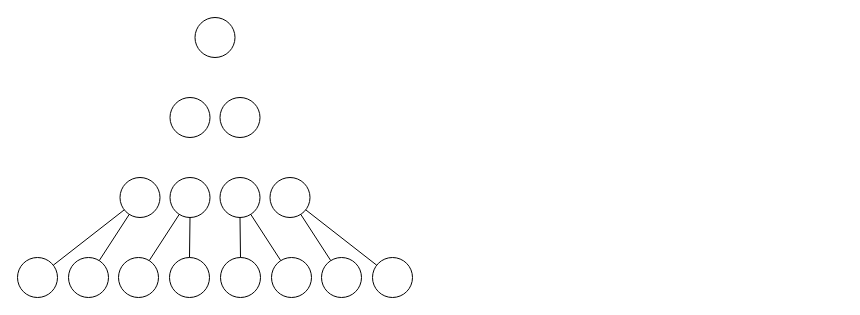
Above: data_structures/bst_v_cbt.drawio in lgreco/images (draw.io), before the change. Source tidied: cells renumbered, new cells numbered last; positions are measured from the earlier drawing's top-left corner, leaving out a move shared by most shapes. Both pictures are drawn from the tidied source at 100%, with x=0, y=0 at pixel (17, 17).
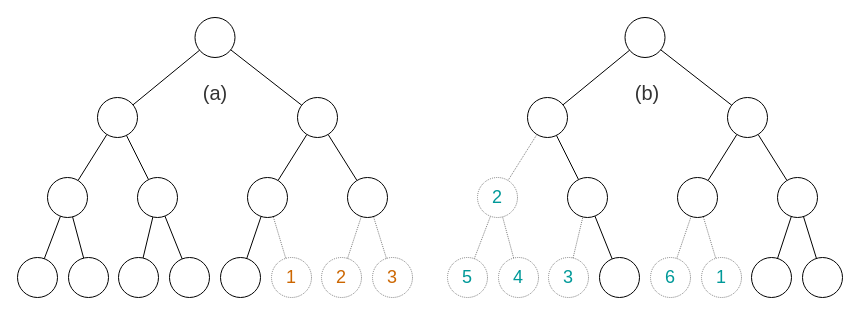
After the change.

The change refers to these unchanged cells:
```xml
<mxCell id="2" style="ellipse;whiteSpace=wrap;html=1;" parent="1" vertex="1">
  <mxGeometry x="177.5" width="40" height="40" as="geometry" />
</mxCell>
<mxCell id="3" style="group;" parent="1" vertex="1">
  <mxGeometry y="240" width="395" height="40" as="geometry" />
</mxCell>
```

Change to the diagram source:
```diff
@@
-    <mxCell id="9" style="ellipse;whiteSpace=wrap;html=1;" parent="3" vertex="1">
+    <mxCell id="9" value="1" style="ellipse;whiteSpace=wrap;html=1;dashed=1;dashPattern=1 1;strokeColor=#808080;fontSize=18;fontColor=#CC6600;" parent="3" vertex="1">
       <mxGeometry x="254" width="40" height="40" as="geometry" />
     </mxCell>
-    <mxCell id="10" style="ellipse;whiteSpace=wrap;html=1;" parent="3" vertex="1">
+    <mxCell id="10" value="2" style="ellipse;whiteSpace=wrap;html=1;dashed=1;dashPattern=1 1;strokeColor=#808080;fontSize=18;fontColor=#CC6600;" parent="3" vertex="1">
       <mxGeometry x="304" width="40" height="40" as="geometry" />
     </mxCell>
-    <mxCell id="11" style="ellipse;whiteSpace=wrap;html=1;" parent="3" vertex="1">
+    <mxCell id="11" value="3" style="ellipse;whiteSpace=wrap;html=1;dashed=1;dashPattern=1 1;strokeColor=#808080;fontSize=18;fontColor=#CC6600;" parent="3" vertex="1">
       <mxGeometry x="355" width="40" height="40" as="geometry" />
     </mxCell>
-    <mxCell id="12" style="group;" parent="1" vertex="1">
-      <mxGeometry x="102.5" y="160" width="190" height="40" as="geometry" />
-    </mxCell>
-    <mxCell id="13" style="ellipse;whiteSpace=wrap;html=1;" parent="12" vertex="1">
-      <mxGeometry width="40" height="40" as="geometry" />
-    </mxCell>
-    <mxCell id="14" style="ellipse;whiteSpace=wrap;html=1;" parent="12" vertex="1">
-      <mxGeometry x="50" width="40" height="40" as="geometry" />
-    </mxCell>
-    <mxCell id="15" style="ellipse;whiteSpace=wrap;html=1;" parent="12" vertex="1">
-      <mxGeometry x="100" width="40" height="40" as="geometry" />
-    </mxCell>
-    <mxCell id="16" style="ellipse;whiteSpace=wrap;html=1;" parent="12" vertex="1">
-      <mxGeometry x="150" width="40" height="40" as="geometry" />
-    </mxCell>
-    <mxCell id="17" style="group;" parent="1" vertex="1">
-      <mxGeometry x="152.5" y="80" width="90" height="40" as="geometry" />
-    </mxCell>
-    <mxCell id="18" style="ellipse;whiteSpace=wrap;html=1;" parent="17" vertex="1">
-      <mxGeometry width="40" height="40" as="geometry" />
-    </mxCell>
-    <mxCell id="19" style="ellipse;whiteSpace=wrap;html=1;" parent="17" vertex="1">
-      <mxGeometry x="50" width="40" height="40" as="geometry" />
-    </mxCell>
@@
-    <mxCell id="21" style="endArrow=none;html=1;rounded=0;" parent="1" edge="1" source="9" target="15">
+    <mxCell id="21" style="endArrow=none;html=1;rounded=0;dashed=1;dashPattern=1 1;strokeColor=#808080;" parent="1" edge="1" source="9" target="15">
       <mxGeometry relative="1" as="geometry" />
     </mxCell>
-    <mxCell id="22" style="endArrow=none;html=1;rounded=0;" parent="1" edge="1" source="10" target="16">
+    <mxCell id="22" style="endArrow=none;html=1;rounded=0;dashed=1;dashPattern=1 1;strokeColor=#808080;" parent="1" edge="1" source="10" target="16">
       <mxGeometry relative="1" as="geometry" />
     </mxCell>
-    <mxCell id="23" style="endArrow=none;html=1;rounded=0;" parent="1" edge="1" source="11" target="16">
+    <mxCell id="23" style="endArrow=none;html=1;rounded=0;dashed=1;dashPattern=1 1;strokeColor=#808080;" parent="1" edge="1" source="11" target="16">
       <mxGeometry relative="1" as="geometry" />
     </mxCell>
@@
+    <mxCell id="28" style="endArrow=none;html=1;rounded=0;" parent="1" edge="1" source="13" target="18">
+      <mxGeometry relative="1" as="geometry" />
+    </mxCell>
+    <mxCell id="29" style="endArrow=none;html=1;rounded=0;" parent="1" edge="1" source="14" target="18">
+      <mxGeometry relative="1" as="geometry" />
+    </mxCell>
+    <mxCell id="30" style="endArrow=none;html=1;rounded=0;" parent="1" edge="1" source="15" target="19">
+      <mxGeometry relative="1" as="geometry" />
+    </mxCell>
+    <mxCell id="31" style="endArrow=none;html=1;rounded=0;" parent="1" edge="1" source="16" target="19">
+      <mxGeometry relative="1" as="geometry" />
+    </mxCell>
+    <mxCell id="32" style="endArrow=none;html=1;rounded=0;" parent="1" edge="1" source="18" target="2">
+      <mxGeometry relative="1" as="geometry" />
+    </mxCell>
+    <mxCell id="33" style="endArrow=none;html=1;rounded=0;" parent="1" edge="1" source="19" target="2">
+      <mxGeometry relative="1" as="geometry" />
+    </mxCell>
+    <mxCell id="13" style="ellipse;whiteSpace=wrap;html=1;" parent="1" vertex="1">
+      <mxGeometry x="30" y="160" width="40" height="40" as="geometry" />
+    </mxCell>
+    <mxCell id="14" style="ellipse;whiteSpace=wrap;html=1;" parent="1" vertex="1">
+      <mxGeometry x="120" y="160" width="40" height="40" as="geometry" />
+    </mxCell>
+    <mxCell id="15" style="ellipse;whiteSpace=wrap;html=1;" parent="1" vertex="1">
+      <mxGeometry x="230" y="160" width="40" height="40" as="geometry" />
+    </mxCell>
+    <mxCell id="16" style="ellipse;whiteSpace=wrap;html=1;" parent="1" vertex="1">
+      <mxGeometry x="330" y="160" width="40" height="40" as="geometry" />
+    </mxCell>
+    <mxCell id="18" style="ellipse;whiteSpace=wrap;html=1;" parent="1" vertex="1">
+      <mxGeometry x="80" y="80" width="40" height="40" as="geometry" />
+    </mxCell>
+    <mxCell id="19" style="ellipse;whiteSpace=wrap;html=1;" parent="1" vertex="1">
+      <mxGeometry x="280" y="80" width="40" height="40" as="geometry" />
+    </mxCell>
+    <mxCell id="34" style="ellipse;whiteSpace=wrap;html=1;" parent="1" vertex="1">
+      <mxGeometry x="607.5" width="40" height="40" as="geometry" />
+    </mxCell>
+    <mxCell id="35" style="endArrow=none;html=1;rounded=0;dashed=1;dashPattern=1 1;strokeColor=#808080;" parent="1" edge="1" source="59" target="51">
+      <mxGeometry relative="1" as="geometry" />
+    </mxCell>
+    <mxCell id="36" style="endArrow=none;html=1;rounded=0;strokeColor=#808080;dashed=1;dashPattern=1 1;" parent="1" edge="1" source="60" target="51">
+      <mxGeometry relative="1" as="geometry" />
+    </mxCell>
+    <mxCell id="37" style="endArrow=none;html=1;rounded=0;strokeColor=#000000;" parent="1" edge="1" source="61" target="52">
+      <mxGeometry relative="1" as="geometry" />
+    </mxCell>
+    <mxCell id="38" style="endArrow=none;html=1;rounded=0;strokeColor=#000000;" parent="1" edge="1" source="62" target="52">
+      <mxGeometry relative="1" as="geometry" />
+    </mxCell>
+    <mxCell id="39" style="endArrow=none;html=1;rounded=0;" parent="1" edge="1" source="58" target="50">
+      <mxGeometry relative="1" as="geometry" />
+    </mxCell>
+    <mxCell id="40" style="endArrow=none;html=1;rounded=0;strokeColor=#808080;dashed=1;dashPattern=1 1;" parent="1" edge="1" source="57" target="50">
+      <mxGeometry relative="1" as="geometry" />
+    </mxCell>
+    <mxCell id="41" style="endArrow=none;html=1;rounded=0;dashed=1;dashPattern=1 1;strokeColor=#808080;" parent="1" edge="1" source="56" target="49">
+      <mxGeometry relative="1" as="geometry" />
+    </mxCell>
+    <mxCell id="42" style="endArrow=none;html=1;rounded=0;dashed=1;dashPattern=1 1;strokeColor=#808080;" parent="1" edge="1" source="55" target="49">
+      <mxGeometry relative="1" as="geometry" />
+    </mxCell>
+    <mxCell id="43" style="endArrow=none;html=1;rounded=0;dashed=1;dashPattern=1 1;strokeColor=#808080;" parent="1" edge="1" source="49" target="53">
+      <mxGeometry relative="1" as="geometry" />
+    </mxCell>
+    <mxCell id="44" style="endArrow=none;html=1;rounded=0;" parent="1" edge="1" source="50" target="53">
+      <mxGeometry relative="1" as="geometry" />
+    </mxCell>
+    <mxCell id="45" style="endArrow=none;html=1;rounded=0;" parent="1" edge="1" source="51" target="54">
+      <mxGeometry relative="1" as="geometry" />
+    </mxCell>
+    <mxCell id="46" style="endArrow=none;html=1;rounded=0;" parent="1" edge="1" source="52" target="54">
+      <mxGeometry relative="1" as="geometry" />
+    </mxCell>
+    <mxCell id="47" style="endArrow=none;html=1;rounded=0;" parent="1" edge="1" source="53" target="34">
+      <mxGeometry relative="1" as="geometry" />
+    </mxCell>
+    <mxCell id="48" style="endArrow=none;html=1;rounded=0;" parent="1" edge="1" source="54" target="34">
+      <mxGeometry relative="1" as="geometry" />
+    </mxCell>
+    <mxCell id="49" value="2" style="ellipse;whiteSpace=wrap;html=1;dashed=1;dashPattern=1 1;strokeColor=#808080;fontSize=18;fontColor=#009999;" parent="1" vertex="1">
+      <mxGeometry x="460" y="160" width="40" height="40" as="geometry" />
+    </mxCell>
+    <mxCell id="50" style="ellipse;whiteSpace=wrap;html=1;" parent="1" vertex="1">
+      <mxGeometry x="550" y="160" width="40" height="40" as="geometry" />
+    </mxCell>
+    <mxCell id="51" style="ellipse;whiteSpace=wrap;html=1;" parent="1" vertex="1">
+      <mxGeometry x="660" y="160" width="40" height="40" as="geometry" />
+    </mxCell>
+    <mxCell id="52" style="ellipse;whiteSpace=wrap;html=1;" parent="1" vertex="1">
+      <mxGeometry x="760" y="160" width="40" height="40" as="geometry" />
+    </mxCell>
+    <mxCell id="53" style="ellipse;whiteSpace=wrap;html=1;" parent="1" vertex="1">
+      <mxGeometry x="510" y="80" width="40" height="40" as="geometry" />
+    </mxCell>
+    <mxCell id="54" style="ellipse;whiteSpace=wrap;html=1;" parent="1" vertex="1">
+      <mxGeometry x="710" y="80" width="40" height="40" as="geometry" />
+    </mxCell>
+    <mxCell id="55" value="5" style="ellipse;whiteSpace=wrap;html=1;dashed=1;dashPattern=1 1;strokeColor=#808080;fontSize=18;fontColor=#009999;" parent="1" vertex="1">
+      <mxGeometry x="430" y="240" width="40" height="40" as="geometry" />
+    </mxCell>
+    <mxCell id="56" value="4" style="ellipse;whiteSpace=wrap;html=1;dashed=1;dashPattern=1 1;strokeColor=#808080;fontSize=18;fontColor=#009999;" parent="1" vertex="1">
+      <mxGeometry x="481" y="240" width="40" height="40" as="geometry" />
+    </mxCell>
+    <mxCell id="57" value="3" style="ellipse;whiteSpace=wrap;html=1;strokeColor=#808080;dashed=1;dashPattern=1 1;fontSize=18;fontColor=#009999;" parent="1" vertex="1">
+      <mxGeometry x="531" y="240" width="40" height="40" as="geometry" />
+    </mxCell>
+    <mxCell id="58" style="ellipse;whiteSpace=wrap;html=1;" parent="1" vertex="1">
+      <mxGeometry x="582" y="240" width="40" height="40" as="geometry" />
+    </mxCell>
+    <mxCell id="59" value="6" style="ellipse;whiteSpace=wrap;html=1;dashed=1;dashPattern=1 1;strokeColor=#808080;fontSize=18;fontColor=#009999;" parent="1" vertex="1">
+      <mxGeometry x="633" y="240" width="40" height="40" as="geometry" />
+    </mxCell>
+    <mxCell id="60" value="1" style="ellipse;whiteSpace=wrap;html=1;strokeColor=#808080;dashed=1;dashPattern=1 1;fontSize=18;fontColor=#009999;" parent="1" vertex="1">
+      <mxGeometry x="684" y="240" width="40" height="40" as="geometry" />
+    </mxCell>
+    <mxCell id="61" style="ellipse;whiteSpace=wrap;html=1;strokeColor=#000000;" parent="1" vertex="1">
+      <mxGeometry x="734" y="240" width="40" height="40" as="geometry" />
+    </mxCell>
+    <mxCell id="62" style="ellipse;whiteSpace=wrap;html=1;strokeColor=#000000;" parent="1" vertex="1">
+      <mxGeometry x="785" y="240" width="40" height="40" as="geometry" />
+    </mxCell>
+    <mxCell id="63" value="&lt;font style=&quot;color: rgb(51, 51, 51); font-size: 20px;&quot;&gt;(a)&lt;/font&gt;" style="text;html=1;whiteSpace=wrap;strokeColor=none;fillColor=none;align=center;verticalAlign=middle;rounded=0;" parent="1" vertex="1">
+      <mxGeometry x="167.5" y="60" width="60" height="30" as="geometry" />
+    </mxCell>
+    <mxCell id="64" value="&lt;font style=&quot;color: rgb(51, 51, 51); font-size: 20px;&quot;&gt;(b)&lt;/font&gt;" style="text;html=1;whiteSpace=wrap;strokeColor=none;fillColor=none;align=center;verticalAlign=middle;rounded=0;" parent="1" vertex="1">
+      <mxGeometry x="600" y="60" width="60" height="30" as="geometry" />
+    </mxCell>
```
